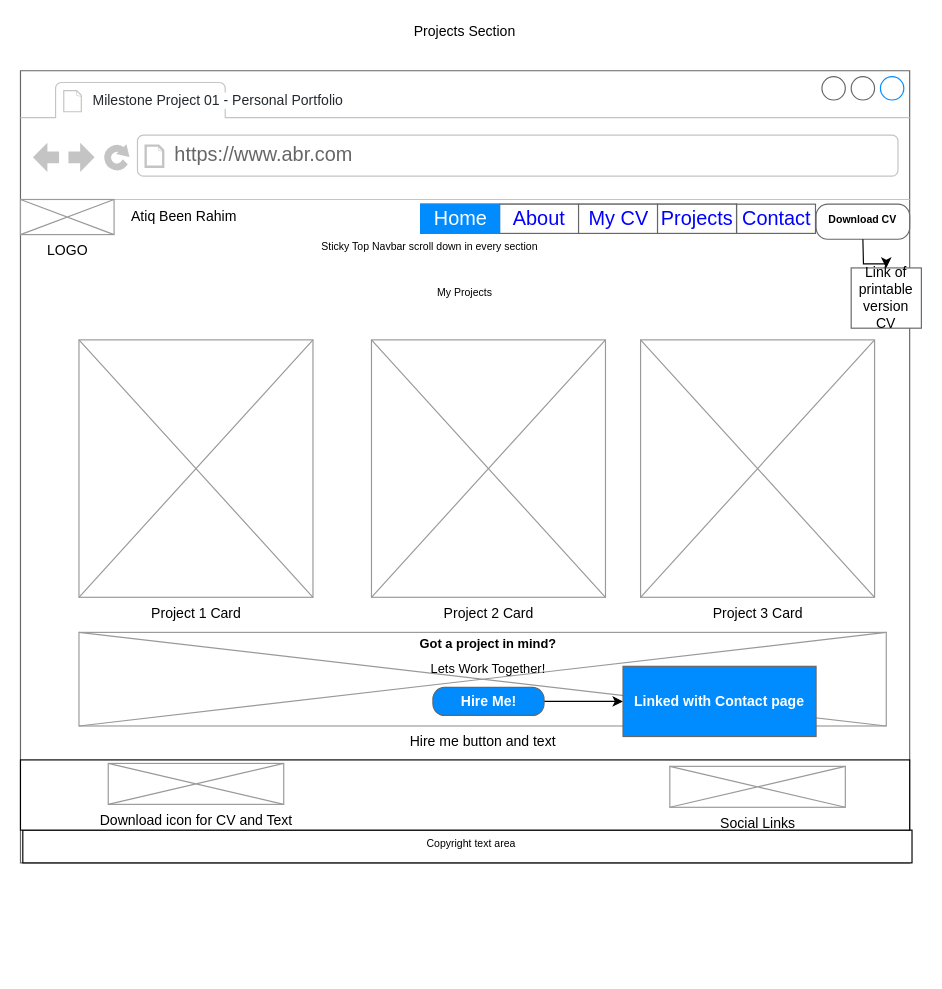
Above: page "Page-4" (4 of 5) of assets/Untitled Diagram.drawio in Code-Institute-Submissions/milestone-project-06 (draw.io), before the change. Source tidied: cells renumbered, new cells numbered last; positions are measured from the earlier drawing's top-left corner, leaving out a move shared by most shapes. Both pictures are drawn from the tidied source at 117%, with x=0, y=0 at pixel (20, 20).
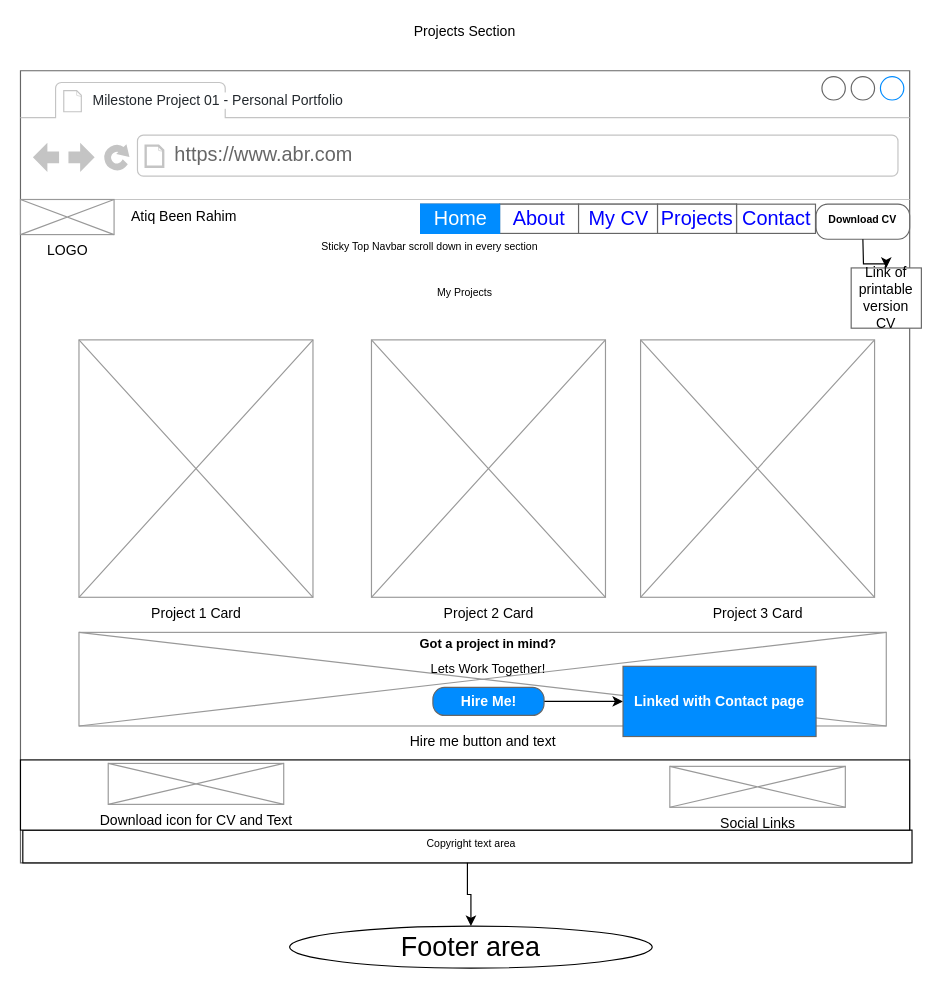
After the change.

Unchanged cells that the change refers to:
```xml
<mxCell id="21" style="rounded=0;whiteSpace=wrap;html=1;sketch=0;fillColor=#FFFFFF;fontSize=9;align=left;" parent="2" vertex="1">
  <mxGeometry x="2" y="649" width="760" height="28" as="geometry" />
</mxCell>
```

The edit, as a diff of the source:
```diff
@@
+    <mxCell id="35" value="Footer area" style="ellipse;whiteSpace=wrap;html=1;rounded=0;fontSize=23;align=center;fillColor=#FFFFFF;sketch=0;" parent="1" vertex="1">
+      <mxGeometry x="230" y="774" width="310" height="36" as="geometry" />
+    </mxCell>
+    <mxCell id="36" style="edgeStyle=orthogonalEdgeStyle;rounded=0;jettySize=auto;html=1;fontSize=12;" parent="1" edge="1" source="21" target="35">
+      <mxGeometry relative="1" as="geometry" />
+    </mxCell>
```
